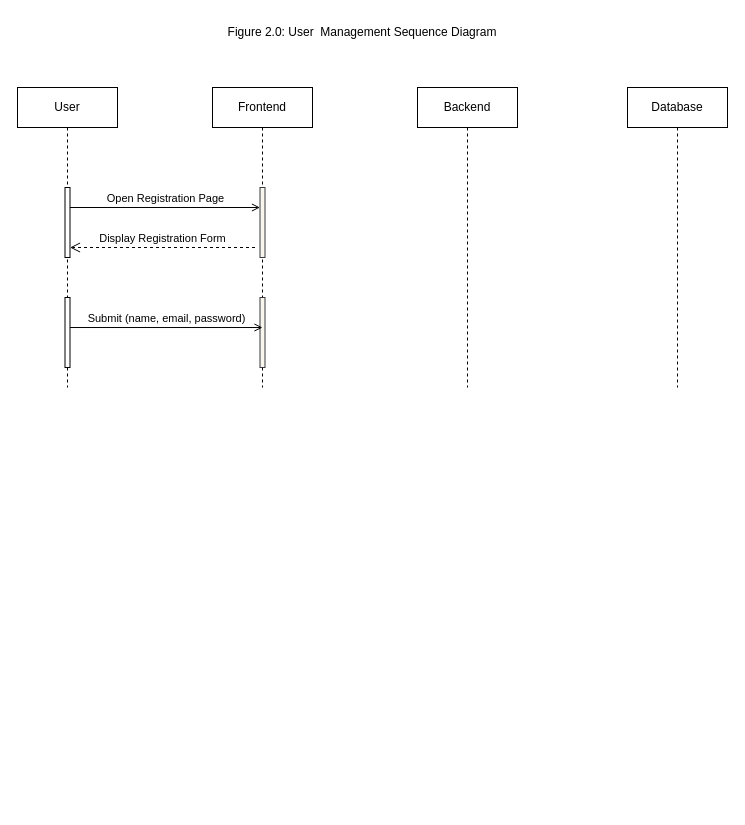
The draw.io diagram diagrams/stream_sequence.drawio in christiangarcia0311/snsu-community-forum-app, before the edit. Source tidied: cells renumbered, new cells numbered last; positions are measured from the earlier drawing's top-left corner, leaving out a move shared by most shapes. Both pictures are drawn from the tidied source at 100%, with x=0, y=0 at pixel (17, 17).
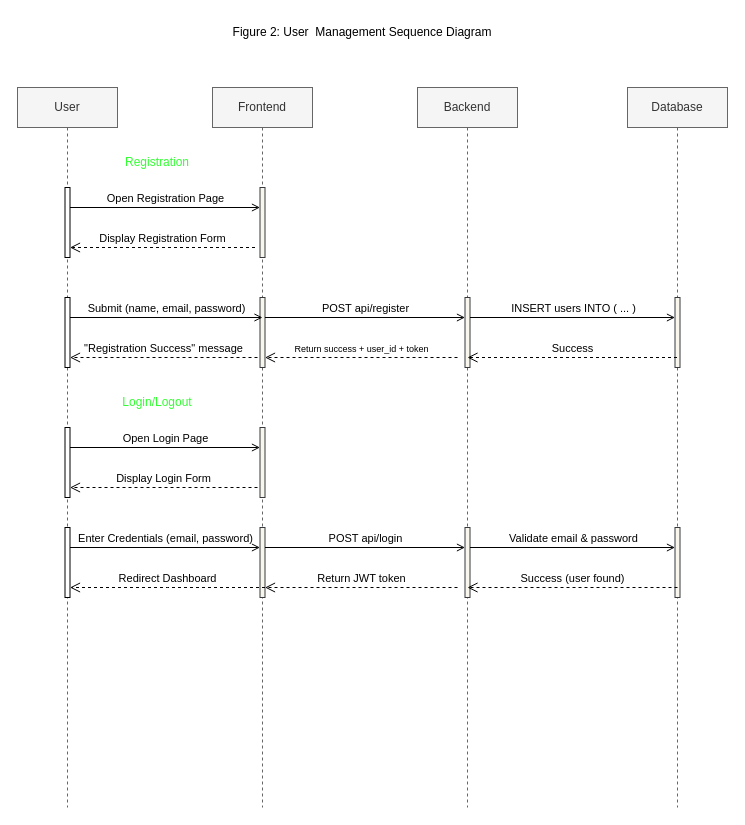
The same diagram, later.

Commit message:
version 0.0.1: create user management sequence diagram

Unchanged cells that the change refers to:
```xml
<mxCell id="4" style="html=1;points=[[0,0,0,0,5],[0,1,0,0,-5],[1,0,0,0,5],[1,1,0,0,-5]];perimeter=orthogonalPerimeter;outlineConnect=0;targetShapes=umlLifeline;portConstraint=eastwest;newEdgeStyle={&quot;curved&quot;:0,&quot;rounded&quot;:0};" parent="2" vertex="1">
  <mxGeometry x="47.5" y="210" width="5" height="70" as="geometry" />
</mxCell>
<mxCell id="7" style="html=1;points=[[0,0,0,0,5],[0,1,0,0,-5],[1,0,0,0,5],[1,1,0,0,-5]];perimeter=orthogonalPerimeter;outlineConnect=0;targetShapes=umlLifeline;portConstraint=eastwest;newEdgeStyle={&quot;curved&quot;:0,&quot;rounded&quot;:0};strokeColor=#36393d;fillColor=#f9f7ed;" parent="5" vertex="1">
  <mxGeometry x="47.5" y="210" width="5" height="70" as="geometry" />
</mxCell>
```

What changed in the source:
```diff
@@
-    <mxCell id="2" value="User" style="shape=umlLifeline;perimeter=lifelinePerimeter;whiteSpace=wrap;html=1;newEdgeStyle={&quot;edgeStyle&quot;:&quot;elbowEdgeStyle&quot;,&quot;elbow&quot;:&quot;vertical&quot;,&quot;curved&quot;:0,&quot;rounded&quot;:0};" parent="1" vertex="1">
-      <mxGeometry y="70" width="100" height="300" as="geometry" />
+    <mxCell id="2" value="User" style="shape=umlLifeline;perimeter=lifelinePerimeter;whiteSpace=wrap;html=1;newEdgeStyle={&quot;edgeStyle&quot;:&quot;elbowEdgeStyle&quot;,&quot;elbow&quot;:&quot;vertical&quot;,&quot;curved&quot;:0,&quot;rounded&quot;:0};fillColor=#f5f5f5;fontColor=#333333;strokeColor=#666666;" parent="1" vertex="1">
+      <mxGeometry y="70" width="100" height="720" as="geometry" />
     </mxCell>
@@
+    <mxCell id="14" style="html=1;points=[[0,0,0,0,5],[0,1,0,0,-5],[1,0,0,0,5],[1,1,0,0,-5]];perimeter=orthogonalPerimeter;outlineConnect=0;targetShapes=umlLifeline;portConstraint=eastwest;newEdgeStyle={&quot;curved&quot;:0,&quot;rounded&quot;:0};" parent="2" vertex="1">
+      <mxGeometry x="47.5" y="340" width="5" height="70" as="geometry" />
+    </mxCell>
+    <mxCell id="15" style="html=1;perimeter=orthogonalPerimeter;targetShapes=umlLifeline;newEdgeStyle={&quot;curved&quot;:0,&quot;rounded&quot;:0};" parent="2" vertex="1">
+      <mxGeometry x="47.5" y="440" width="5" height="70" as="geometry" />
+    </mxCell>
-    <mxCell id="5" value="Frontend" style="shape=umlLifeline;perimeter=lifelinePerimeter;whiteSpace=wrap;html=1;newEdgeStyle={&quot;edgeStyle&quot;:&quot;elbowEdgeStyle&quot;,&quot;elbow&quot;:&quot;vertical&quot;,&quot;curved&quot;:0,&quot;rounded&quot;:0};" parent="1" vertex="1">
-      <mxGeometry x="195" y="70" width="100" height="300" as="geometry" />
+    <mxCell id="5" value="Frontend" style="shape=umlLifeline;perimeter=lifelinePerimeter;whiteSpace=wrap;html=1;newEdgeStyle={&quot;edgeStyle&quot;:&quot;elbowEdgeStyle&quot;,&quot;elbow&quot;:&quot;vertical&quot;,&quot;curved&quot;:0,&quot;rounded&quot;:0};fillColor=#f5f5f5;strokeColor=#666666;fontColor=#333333;" parent="1" vertex="1">
+      <mxGeometry x="195" y="70" width="100" height="720" as="geometry" />
     </mxCell>
@@
+    <mxCell id="16" style="html=1;perimeter=orthogonalPerimeter;targetShapes=umlLifeline;newEdgeStyle={&quot;curved&quot;:0,&quot;rounded&quot;:0};strokeColor=#36393d;fillColor=#f9f7ed;" parent="5" vertex="1">
+      <mxGeometry x="47.5" y="340" width="5" height="70" as="geometry" />
+    </mxCell>
+    <mxCell id="17" style="html=1;points=[[0,0,0,0,5],[0,1,0,0,-5],[1,0,0,0,5],[1,1,0,0,-5]];perimeter=orthogonalPerimeter;outlineConnect=0;targetShapes=umlLifeline;portConstraint=eastwest;newEdgeStyle={&quot;curved&quot;:0,&quot;rounded&quot;:0};strokeColor=#36393d;fillColor=#f9f7ed;" parent="5" vertex="1">
+      <mxGeometry x="47.5" y="440" width="5" height="70" as="geometry" />
+    </mxCell>
-    <mxCell id="8" value="Backend" style="shape=umlLifeline;perimeter=lifelinePerimeter;whiteSpace=wrap;html=1;newEdgeStyle={&quot;edgeStyle&quot;:&quot;elbowEdgeStyle&quot;,&quot;elbow&quot;:&quot;vertical&quot;,&quot;curved&quot;:0,&quot;rounded&quot;:0};" parent="1" vertex="1">
-      <mxGeometry x="400" y="70" width="100" height="300" as="geometry" />
+    <mxCell id="8" value="Backend" style="shape=umlLifeline;perimeter=lifelinePerimeter;whiteSpace=wrap;html=1;newEdgeStyle={&quot;edgeStyle&quot;:&quot;elbowEdgeStyle&quot;,&quot;elbow&quot;:&quot;vertical&quot;,&quot;curved&quot;:0,&quot;rounded&quot;:0};fillColor=#f5f5f5;fontColor=#333333;strokeColor=#666666;" parent="1" vertex="1">
+      <mxGeometry x="400" y="70" width="100" height="720" as="geometry" />
     </mxCell>
+    <mxCell id="18" style="html=1;points=[[0,0,0,0,5],[0,1,0,0,-5],[1,0,0,0,5],[1,1,0,0,-5]];perimeter=orthogonalPerimeter;outlineConnect=0;targetShapes=umlLifeline;portConstraint=eastwest;newEdgeStyle={&quot;curved&quot;:0,&quot;rounded&quot;:0};strokeColor=#36393d;fillColor=#f9f7ed;" parent="8" vertex="1">
+      <mxGeometry x="47.5" y="210" width="5" height="70" as="geometry" />
+    </mxCell>
+    <mxCell id="19" style="html=1;points=[[0,0,0,0,5],[0,1,0,0,-5],[1,0,0,0,5],[1,1,0,0,-5]];perimeter=orthogonalPerimeter;outlineConnect=0;targetShapes=umlLifeline;portConstraint=eastwest;newEdgeStyle={&quot;curved&quot;:0,&quot;rounded&quot;:0};strokeColor=#36393d;fillColor=#f9f7ed;" parent="8" vertex="1">
+      <mxGeometry x="47.5" y="440" width="5" height="70" as="geometry" />
+    </mxCell>
-    <mxCell id="9" value="Database" style="shape=umlLifeline;perimeter=lifelinePerimeter;whiteSpace=wrap;html=1;outlineConnect=0;portConstraint=eastwest;newEdgeStyle={&quot;edgeStyle&quot;:&quot;elbowEdgeStyle&quot;,&quot;elbow&quot;:&quot;vertical&quot;,&quot;curved&quot;:0,&quot;rounded&quot;:0};" parent="1" vertex="1">
-      <mxGeometry x="610" y="70" width="100" height="300" as="geometry" />
+    <mxCell id="9" value="Database" style="shape=umlLifeline;perimeter=lifelinePerimeter;whiteSpace=wrap;html=1;outlineConnect=0;portConstraint=eastwest;newEdgeStyle={&quot;edgeStyle&quot;:&quot;elbowEdgeStyle&quot;,&quot;elbow&quot;:&quot;vertical&quot;,&quot;curved&quot;:0,&quot;rounded&quot;:0};fillColor=#f5f5f5;fontColor=#333333;strokeColor=#666666;" parent="1" vertex="1">
+      <mxGeometry x="610" y="70" width="100" height="720" as="geometry" />
     </mxCell>
+    <mxCell id="20" style="html=1;points=[[0,0,0,0,5],[0,1,0,0,-5],[1,0,0,0,5],[1,1,0,0,-5]];perimeter=orthogonalPerimeter;outlineConnect=0;targetShapes=umlLifeline;portConstraint=eastwest;newEdgeStyle={&quot;curved&quot;:0,&quot;rounded&quot;:0};strokeColor=#36393d;fillColor=#f9f7ed;" parent="9" vertex="1">
+      <mxGeometry x="47.5" y="210" width="5" height="70" as="geometry" />
+    </mxCell>
+    <mxCell id="21" style="html=1;points=[[0,0,0,0,5],[0,1,0,0,-5],[1,0,0,0,5],[1,1,0,0,-5]];perimeter=orthogonalPerimeter;outlineConnect=0;targetShapes=umlLifeline;portConstraint=eastwest;newEdgeStyle={&quot;curved&quot;:0,&quot;rounded&quot;:0};strokeColor=#36393d;fillColor=#f9f7ed;" parent="9" vertex="1">
+      <mxGeometry x="47.5" y="440" width="5" height="70" as="geometry" />
+    </mxCell>
@@
-    <mxCell id="12" value="Submit (name, email, password)" style="html=1;verticalAlign=bottom;labelBackgroundColor=none;endArrow=open;endFill=0;rounded=0;entryX=0.5;entryY=0.429;entryDx=0;entryDy=0;entryPerimeter=0;" parent="1" edge="1" source="4" target="7">
-      <mxGeometry relative="1" as="geometry" />
+    <mxCell id="12" value="Submit (name, email, password)" style="html=1;verticalAlign=bottom;labelBackgroundColor=none;endArrow=open;endFill=0;rounded=0;entryX=0.5;entryY=0.429;entryDx=0;entryDy=0;entryPerimeter=0;" parent="1" edge="1">
+      <mxGeometry relative="1" as="geometry">
+        <mxPoint x="52.5" y="300" as="sourcePoint" />
+        <mxPoint x="245" y="300" as="targetPoint" />
+      </mxGeometry>
     </mxCell>
-    <mxCell id="13" value="Figure 2.0: User&amp;nbsp; Management Sequence Diagram" style="text;html=1;whiteSpace=wrap;strokeColor=none;fillColor=none;align=center;verticalAlign=middle;rounded=0;" parent="1" vertex="1">
+    <mxCell id="13" value="Figure 2: User&amp;nbsp; Management Sequence Diagram" style="text;html=1;whiteSpace=wrap;strokeColor=none;fillColor=none;align=center;verticalAlign=middle;rounded=0;" parent="1" vertex="1">
       <mxGeometry x="195" width="300" height="30" as="geometry" />
     </mxCell>
+    <mxCell id="22" value="POST api/register" style="html=1;verticalAlign=bottom;labelBackgroundColor=none;endArrow=open;endFill=0;rounded=0;" parent="1" edge="1" source="7" target="18">
+      <mxGeometry relative="1" as="geometry">
+        <Array as="points">
+          <mxPoint x="432.5" y="300" />
+        </Array>
+      </mxGeometry>
+    </mxCell>
+    <mxCell id="23" value="INSERT users INTO ( ... )" style="html=1;verticalAlign=bottom;labelBackgroundColor=none;endArrow=open;endFill=0;rounded=0;" parent="1" edge="1" source="18" target="20">
+      <mxGeometry relative="1" as="geometry">
+        <Array as="points">
+          <mxPoint x="634.5" y="300" />
+        </Array>
+      </mxGeometry>
+    </mxCell>
+    <mxCell id="24" value="Success" style="html=1;verticalAlign=bottom;endArrow=open;dashed=1;endSize=8;curved=0;rounded=0;" parent="1" edge="1" source="9">
+      <mxGeometry relative="1" as="geometry">
+        <mxPoint x="450" y="340" as="targetPoint" />
+      </mxGeometry>
+    </mxCell>
+    <mxCell id="25" value="&lt;font style=&quot;font-size: 9px;&quot;&gt;Return success + user_id + token&lt;/font&gt;" style="html=1;verticalAlign=bottom;endArrow=open;dashed=1;endSize=8;curved=0;rounded=0;" parent="1" edge="1" target="7">
+      <mxGeometry relative="1" as="geometry">
+        <mxPoint x="440" y="340" as="sourcePoint" />
+      </mxGeometry>
+    </mxCell>
+    <mxCell id="26" value="&quot;Registration Success&quot; message" style="html=1;verticalAlign=bottom;endArrow=open;dashed=1;endSize=8;curved=0;rounded=0;" parent="1" edge="1" target="4">
+      <mxGeometry relative="1" as="geometry">
+        <mxPoint x="240" y="340" as="sourcePoint" />
+      </mxGeometry>
+    </mxCell>
+    <mxCell id="27" value="&lt;font style=&quot;color: rgb(51, 255, 51);&quot;&gt;Registration&lt;/font&gt;" style="text;html=1;whiteSpace=wrap;align=center;verticalAlign=middle;rounded=0;" parent="1" vertex="1">
+      <mxGeometry x="110" y="130" width="60" height="30" as="geometry" />
+    </mxCell>
+    <mxCell id="28" value="&lt;font style=&quot;color: rgb(51, 255, 51);&quot;&gt;Login/Logout&lt;/font&gt;" style="text;html=1;whiteSpace=wrap;align=center;verticalAlign=middle;rounded=0;" parent="1" vertex="1">
+      <mxGeometry x="110" y="370" width="60" height="30" as="geometry" />
+    </mxCell>
+    <mxCell id="29" value="Open Login Page" style="html=1;verticalAlign=bottom;labelBackgroundColor=none;endArrow=open;endFill=0;rounded=0;entryX=0;entryY=0;entryDx=0;entryDy=5;entryPerimeter=0;" parent="1" edge="1">
+      <mxGeometry relative="1" as="geometry">
+        <mxPoint x="52.5" y="430" as="sourcePoint" />
+        <mxPoint x="242.5" y="430" as="targetPoint" />
+      </mxGeometry>
+    </mxCell>
+    <mxCell id="30" value="Display Login Form" style="html=1;verticalAlign=bottom;endArrow=open;dashed=1;endSize=8;curved=0;rounded=0;" parent="1" edge="1" target="14">
+      <mxGeometry relative="1" as="geometry">
+        <mxPoint x="240" y="470" as="sourcePoint" />
+      </mxGeometry>
+    </mxCell>
+    <mxCell id="31" value="Enter Credentials (email, password)" style="html=1;verticalAlign=bottom;labelBackgroundColor=none;endArrow=open;endFill=0;rounded=0;" parent="1" edge="1">
+      <mxGeometry relative="1" as="geometry">
+        <mxPoint x="52.5" y="530" as="sourcePoint" />
+        <mxPoint x="242.5" y="530" as="targetPoint" />
+      </mxGeometry>
+    </mxCell>
+    <mxCell id="32" value="Redirect Dashboard" style="html=1;verticalAlign=bottom;endArrow=open;dashed=1;endSize=8;curved=0;rounded=0;" parent="1" edge="1">
+      <mxGeometry relative="1" as="geometry">
+        <mxPoint x="247.5" y="570" as="sourcePoint" />
+        <mxPoint x="52.5" y="570" as="targetPoint" />
+        <Array as="points">
+          <mxPoint x="150" y="570" />
+        </Array>
+      </mxGeometry>
+    </mxCell>
+    <mxCell id="33" value="POST api/login" style="html=1;verticalAlign=bottom;labelBackgroundColor=none;endArrow=open;endFill=0;rounded=0;" parent="1" edge="1" source="17" target="19">
+      <mxGeometry relative="1" as="geometry">
+        <Array as="points">
+          <mxPoint x="434.5" y="530" />
+        </Array>
+      </mxGeometry>
+    </mxCell>
+    <mxCell id="34" value="Validate email &amp;amp; password" style="html=1;verticalAlign=bottom;labelBackgroundColor=none;endArrow=open;endFill=0;rounded=0;" parent="1" edge="1" source="19" target="21">
+      <mxGeometry relative="1" as="geometry">
+        <Array as="points">
+          <mxPoint x="646.5" y="530" />
+        </Array>
+      </mxGeometry>
+    </mxCell>
+    <mxCell id="35" value="Success (user found)" style="html=1;verticalAlign=bottom;endArrow=open;dashed=1;endSize=8;curved=0;rounded=0;" parent="1" edge="1">
+      <mxGeometry relative="1" as="geometry">
+        <mxPoint x="660" y="570" as="sourcePoint" />
+        <mxPoint x="450" y="570" as="targetPoint" />
+      </mxGeometry>
+    </mxCell>
+    <mxCell id="36" value="Return JWT token" style="html=1;verticalAlign=bottom;endArrow=open;dashed=1;endSize=8;curved=0;rounded=0;" parent="1" edge="1" target="17">
+      <mxGeometry relative="1" as="geometry">
+        <mxPoint x="440" y="570" as="sourcePoint" />
+      </mxGeometry>
+    </mxCell>
```
